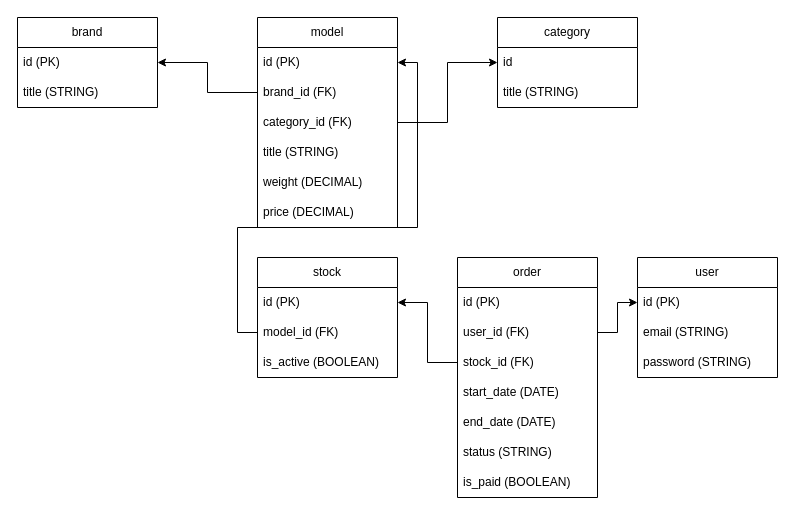
Earlier version of the draw.io diagram iha.drawio (BeratNzp/ecommerce-iha-sample-iw-python-django). Source tidied: cells renumbered, new cells numbered last; positions are measured from the earlier drawing's top-left corner, leaving out a move shared by most shapes. Both pictures are drawn from the tidied source at 100%, with x=0, y=0 at pixel (17, 17).
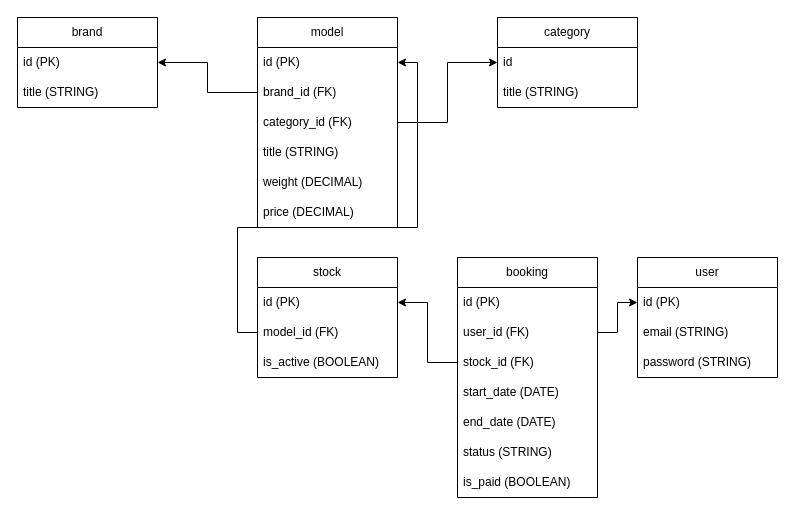
The same diagram, later.

The edit, as a diff of the source:
```diff
@@
-    <mxCell id="21" value="order" style="swimlane;fontStyle=0;horizontal=1;startSize=30;whiteSpace=wrap;html=1;" parent="1" vertex="1">
+    <mxCell id="21" value="booking" style="swimlane;fontStyle=0;horizontal=1;startSize=30;whiteSpace=wrap;html=1;" parent="1" vertex="1">
       <mxGeometry x="440" y="240" width="140" height="240" as="geometry" />
     </mxCell>
```
